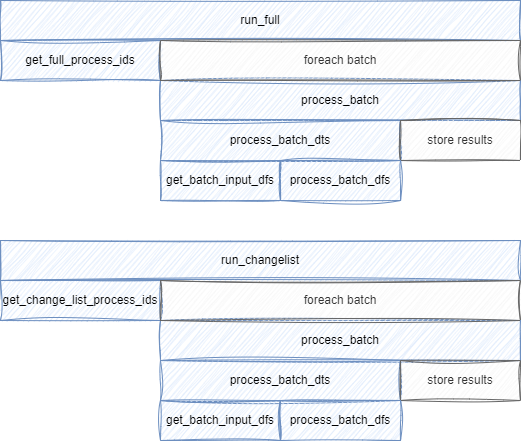
Before: docs/source/transformation-lifecycle.png, a diagram exported from draw.io (epoch8/datapipe). Source tidied: cells renumbered, new cells last; positions are measured from the earlier drawing's top-left corner, leaving out a move shared by most shapes. Its diagram source:
```xml
<mxGraphModel background="#ffffff">
  <root>
    <mxCell id="0" />
    <mxCell id="1" parent="0" />
    <mxCell id="2" value="run_full" style="rounded=0;whiteSpace=wrap;html=1;sketch=1;curveFitting=1;jiggle=2;fillColor=#dae8fc;strokeColor=#6c8ebf;" parent="1" vertex="1">
      <mxGeometry width="520" height="40" as="geometry" />
    </mxCell>
    <mxCell id="3" value="get_full_process_ids" style="rounded=0;whiteSpace=wrap;html=1;sketch=1;curveFitting=1;jiggle=2;fillColor=#dae8fc;strokeColor=#6c8ebf;" parent="1" vertex="1">
      <mxGeometry y="40" width="160" height="40" as="geometry" />
    </mxCell>
    <mxCell id="4" value="process_batch" style="rounded=0;whiteSpace=wrap;html=1;sketch=1;curveFitting=1;jiggle=2;fillColor=#dae8fc;strokeColor=#6c8ebf;" parent="1" vertex="1">
      <mxGeometry x="160" y="80" width="360" height="40" as="geometry" />
    </mxCell>
    <mxCell id="5" value="foreach batch" style="rounded=0;whiteSpace=wrap;html=1;sketch=1;curveFitting=1;jiggle=2;fillColor=#f5f5f5;strokeColor=#666666;fontColor=#333333;" parent="1" vertex="1">
      <mxGeometry x="160" y="40" width="360" height="40" as="geometry" />
    </mxCell>
    <mxCell id="6" value="process_batch_dts" style="rounded=0;whiteSpace=wrap;html=1;sketch=1;curveFitting=1;jiggle=2;fillColor=#dae8fc;strokeColor=#6c8ebf;" parent="1" vertex="1">
      <mxGeometry x="160" y="120" width="240" height="40" as="geometry" />
    </mxCell>
    <mxCell id="7" value="store results" style="rounded=0;whiteSpace=wrap;html=1;sketch=1;curveFitting=1;jiggle=2;fillColor=#f5f5f5;strokeColor=#666666;fontColor=#333333;" parent="1" vertex="1">
      <mxGeometry x="400" y="120" width="120" height="40" as="geometry" />
    </mxCell>
    <mxCell id="8" value="get_batch_input_dfs" style="rounded=0;whiteSpace=wrap;html=1;sketch=1;curveFitting=1;jiggle=2;fillColor=#dae8fc;strokeColor=#6c8ebf;" parent="1" vertex="1">
      <mxGeometry x="160" y="160" width="120" height="40" as="geometry" />
    </mxCell>
    <mxCell id="9" value="process_batch_dfs" style="rounded=0;whiteSpace=wrap;html=1;sketch=1;curveFitting=1;jiggle=2;fillColor=#dae8fc;strokeColor=#6c8ebf;" parent="1" vertex="1">
      <mxGeometry x="280" y="160" width="120" height="40" as="geometry" />
    </mxCell>
    <mxCell id="10" value="run_changelist" style="rounded=0;whiteSpace=wrap;html=1;sketch=1;curveFitting=1;jiggle=2;fillColor=#dae8fc;strokeColor=#6c8ebf;" parent="1" vertex="1">
      <mxGeometry y="240" width="520" height="40" as="geometry" />
    </mxCell>
    <mxCell id="11" value="get_change_list_process_ids" style="rounded=0;whiteSpace=wrap;html=1;sketch=1;curveFitting=1;jiggle=2;fillColor=#dae8fc;strokeColor=#6c8ebf;" parent="1" vertex="1">
      <mxGeometry y="280" width="160" height="40" as="geometry" />
    </mxCell>
    <mxCell id="12" value="process_batch" style="rounded=0;whiteSpace=wrap;html=1;sketch=1;curveFitting=1;jiggle=2;fillColor=#dae8fc;strokeColor=#6c8ebf;" parent="1" vertex="1">
      <mxGeometry x="160" y="320" width="360" height="40" as="geometry" />
    </mxCell>
    <mxCell id="13" value="foreach batch" style="rounded=0;whiteSpace=wrap;html=1;sketch=1;curveFitting=1;jiggle=2;fillColor=#f5f5f5;strokeColor=#666666;fontColor=#333333;" parent="1" vertex="1">
      <mxGeometry x="160" y="280" width="360" height="40" as="geometry" />
    </mxCell>
    <mxCell id="14" value="process_batch_dts" style="rounded=0;whiteSpace=wrap;html=1;sketch=1;curveFitting=1;jiggle=2;fillColor=#dae8fc;strokeColor=#6c8ebf;" parent="1" vertex="1">
      <mxGeometry x="160" y="360" width="240" height="40" as="geometry" />
    </mxCell>
    <mxCell id="15" value="store results" style="rounded=0;whiteSpace=wrap;html=1;sketch=1;curveFitting=1;jiggle=2;fillColor=#f5f5f5;strokeColor=#666666;fontColor=#333333;" parent="1" vertex="1">
      <mxGeometry x="400" y="360" width="120" height="40" as="geometry" />
    </mxCell>
    <mxCell id="16" value="get_batch_input_dfs" style="rounded=0;whiteSpace=wrap;html=1;sketch=1;curveFitting=1;jiggle=2;fillColor=#dae8fc;strokeColor=#6c8ebf;" parent="1" vertex="1">
      <mxGeometry x="160" y="400" width="120" height="40" as="geometry" />
    </mxCell>
    <mxCell id="17" value="process_batch_dfs" style="rounded=0;whiteSpace=wrap;html=1;sketch=1;curveFitting=1;jiggle=2;fillColor=#dae8fc;strokeColor=#6c8ebf;" parent="1" vertex="1">
      <mxGeometry x="280" y="400" width="120" height="40" as="geometry" />
    </mxCell>
  </root>
</mxGraphModel>
```
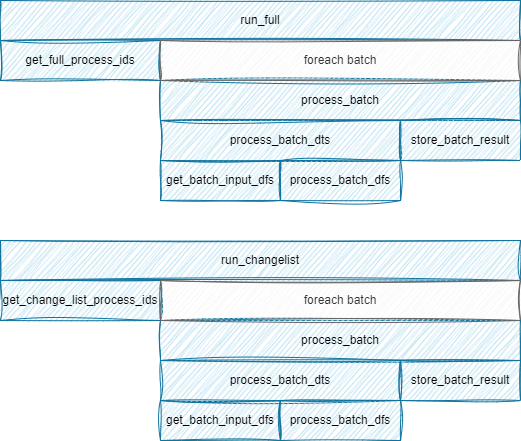
After the commit.

Diff of the diagram source:
```diff
@@ -2,53 +2,53 @@
   <root>
     <mxCell id="0" />
     <mxCell id="1" parent="0" />
-    <mxCell id="2" value="run_full" style="rounded=0;whiteSpace=wrap;html=1;sketch=1;curveFitting=1;jiggle=2;fillColor=#dae8fc;strokeColor=#6c8ebf;" parent="1" vertex="1">
+    <mxCell id="2" value="run_full" style="rounded=0;whiteSpace=wrap;html=1;fillColor=#b1ddf0;strokeColor=#10739e;strokeWidth=1;perimeterSpacing=0;glass=0;sketch=1;curveFitting=1;jiggle=2;shadow=0;" parent="1" vertex="1">
       <mxGeometry width="520" height="40" as="geometry" />
     </mxCell>
-    <mxCell id="3" value="get_full_process_ids" style="rounded=0;whiteSpace=wrap;html=1;sketch=1;curveFitting=1;jiggle=2;fillColor=#dae8fc;strokeColor=#6c8ebf;" parent="1" vertex="1">
+    <mxCell id="3" value="get_full_process_ids" style="rounded=0;whiteSpace=wrap;html=1;fillColor=#b1ddf0;strokeColor=#10739e;strokeWidth=1;perimeterSpacing=0;glass=0;sketch=1;curveFitting=1;jiggle=2;shadow=0;" parent="1" vertex="1">
       <mxGeometry y="40" width="160" height="40" as="geometry" />
     </mxCell>
-    <mxCell id="4" value="process_batch" style="rounded=0;whiteSpace=wrap;html=1;sketch=1;curveFitting=1;jiggle=2;fillColor=#dae8fc;strokeColor=#6c8ebf;" parent="1" vertex="1">
+    <mxCell id="4" value="process_batch" style="rounded=0;whiteSpace=wrap;html=1;fillColor=#b1ddf0;strokeColor=#10739e;strokeWidth=1;perimeterSpacing=0;glass=0;sketch=1;curveFitting=1;jiggle=2;shadow=0;" parent="1" vertex="1">
       <mxGeometry x="160" y="80" width="360" height="40" as="geometry" />
     </mxCell>
-    <mxCell id="5" value="foreach batch" style="rounded=0;whiteSpace=wrap;html=1;sketch=1;curveFitting=1;jiggle=2;fillColor=#f5f5f5;strokeColor=#666666;fontColor=#333333;" parent="1" vertex="1">
+    <mxCell id="5" value="foreach batch" style="rounded=0;whiteSpace=wrap;html=1;fillColor=#f5f5f5;strokeColor=#666666;fontColor=#333333;strokeWidth=1;perimeterSpacing=0;glass=0;sketch=1;curveFitting=1;jiggle=2;shadow=0;" parent="1" vertex="1">
       <mxGeometry x="160" y="40" width="360" height="40" as="geometry" />
     </mxCell>
-    <mxCell id="6" value="process_batch_dts" style="rounded=0;whiteSpace=wrap;html=1;sketch=1;curveFitting=1;jiggle=2;fillColor=#dae8fc;strokeColor=#6c8ebf;" parent="1" vertex="1">
+    <mxCell id="6" value="process_batch_dts" style="rounded=0;whiteSpace=wrap;html=1;fillColor=#b1ddf0;strokeColor=#10739e;strokeWidth=1;perimeterSpacing=0;glass=0;sketch=1;curveFitting=1;jiggle=2;shadow=0;" parent="1" vertex="1">
       <mxGeometry x="160" y="120" width="240" height="40" as="geometry" />
     </mxCell>
-    <mxCell id="7" value="store results" style="rounded=0;whiteSpace=wrap;html=1;sketch=1;curveFitting=1;jiggle=2;fillColor=#f5f5f5;strokeColor=#666666;fontColor=#333333;" parent="1" vertex="1">
+    <mxCell id="7" value="store_batch_result" style="rounded=0;whiteSpace=wrap;html=1;fillColor=#b1ddf0;strokeColor=#10739e;strokeWidth=1;perimeterSpacing=0;glass=0;sketch=1;curveFitting=1;jiggle=2;shadow=0;" parent="1" vertex="1">
       <mxGeometry x="400" y="120" width="120" height="40" as="geometry" />
     </mxCell>
-    <mxCell id="8" value="get_batch_input_dfs" style="rounded=0;whiteSpace=wrap;html=1;sketch=1;curveFitting=1;jiggle=2;fillColor=#dae8fc;strokeColor=#6c8ebf;" parent="1" vertex="1">
+    <mxCell id="8" value="get_batch_input_dfs" style="rounded=0;whiteSpace=wrap;html=1;fillColor=#b1ddf0;strokeColor=#10739e;strokeWidth=1;perimeterSpacing=0;glass=0;sketch=1;curveFitting=1;jiggle=2;shadow=0;" parent="1" vertex="1">
       <mxGeometry x="160" y="160" width="120" height="40" as="geometry" />
     </mxCell>
-    <mxCell id="9" value="process_batch_dfs" style="rounded=0;whiteSpace=wrap;html=1;sketch=1;curveFitting=1;jiggle=2;fillColor=#dae8fc;strokeColor=#6c8ebf;" parent="1" vertex="1">
+    <mxCell id="9" value="process_batch_dfs" style="rounded=0;whiteSpace=wrap;html=1;fillColor=#b1ddf0;strokeColor=#10739e;strokeWidth=1;perimeterSpacing=0;glass=0;sketch=1;curveFitting=1;jiggle=2;shadow=0;" parent="1" vertex="1">
       <mxGeometry x="280" y="160" width="120" height="40" as="geometry" />
     </mxCell>
-    <mxCell id="10" value="run_changelist" style="rounded=0;whiteSpace=wrap;html=1;sketch=1;curveFitting=1;jiggle=2;fillColor=#dae8fc;strokeColor=#6c8ebf;" parent="1" vertex="1">
+    <mxCell id="10" value="run_changelist" style="rounded=0;whiteSpace=wrap;html=1;fillColor=#b1ddf0;strokeColor=#10739e;strokeWidth=1;perimeterSpacing=0;glass=0;sketch=1;curveFitting=1;jiggle=2;shadow=0;" parent="1" vertex="1">
       <mxGeometry y="240" width="520" height="40" as="geometry" />
     </mxCell>
-    <mxCell id="11" value="get_change_list_process_ids" style="rounded=0;whiteSpace=wrap;html=1;sketch=1;curveFitting=1;jiggle=2;fillColor=#dae8fc;strokeColor=#6c8ebf;" parent="1" vertex="1">
+    <mxCell id="11" value="get_change_list_process_ids" style="rounded=0;whiteSpace=wrap;html=1;fillColor=#b1ddf0;strokeColor=#10739e;strokeWidth=1;perimeterSpacing=0;glass=0;sketch=1;curveFitting=1;jiggle=2;shadow=0;" parent="1" vertex="1">
       <mxGeometry y="280" width="160" height="40" as="geometry" />
     </mxCell>
-    <mxCell id="12" value="process_batch" style="rounded=0;whiteSpace=wrap;html=1;sketch=1;curveFitting=1;jiggle=2;fillColor=#dae8fc;strokeColor=#6c8ebf;" parent="1" vertex="1">
+    <mxCell id="12" value="process_batch" style="rounded=0;whiteSpace=wrap;html=1;fillColor=#b1ddf0;strokeColor=#10739e;strokeWidth=1;perimeterSpacing=0;glass=0;sketch=1;curveFitting=1;jiggle=2;shadow=0;" parent="1" vertex="1">
       <mxGeometry x="160" y="320" width="360" height="40" as="geometry" />
     </mxCell>
-    <mxCell id="13" value="foreach batch" style="rounded=0;whiteSpace=wrap;html=1;sketch=1;curveFitting=1;jiggle=2;fillColor=#f5f5f5;strokeColor=#666666;fontColor=#333333;" parent="1" vertex="1">
+    <mxCell id="13" value="foreach batch" style="rounded=0;whiteSpace=wrap;html=1;fillColor=#f5f5f5;strokeColor=#666666;fontColor=#333333;strokeWidth=1;perimeterSpacing=0;glass=0;sketch=1;curveFitting=1;jiggle=2;shadow=0;" parent="1" vertex="1">
       <mxGeometry x="160" y="280" width="360" height="40" as="geometry" />
     </mxCell>
-    <mxCell id="14" value="process_batch_dts" style="rounded=0;whiteSpace=wrap;html=1;sketch=1;curveFitting=1;jiggle=2;fillColor=#dae8fc;strokeColor=#6c8ebf;" parent="1" vertex="1">
+    <mxCell id="14" value="process_batch_dts" style="rounded=0;whiteSpace=wrap;html=1;fillColor=#b1ddf0;strokeColor=#10739e;strokeWidth=1;perimeterSpacing=0;glass=0;sketch=1;curveFitting=1;jiggle=2;shadow=0;" parent="1" vertex="1">
       <mxGeometry x="160" y="360" width="240" height="40" as="geometry" />
     </mxCell>
-    <mxCell id="15" value="store results" style="rounded=0;whiteSpace=wrap;html=1;sketch=1;curveFitting=1;jiggle=2;fillColor=#f5f5f5;strokeColor=#666666;fontColor=#333333;" parent="1" vertex="1">
-      <mxGeometry x="400" y="360" width="120" height="40" as="geometry" />
-    </mxCell>
-    <mxCell id="16" value="get_batch_input_dfs" style="rounded=0;whiteSpace=wrap;html=1;sketch=1;curveFitting=1;jiggle=2;fillColor=#dae8fc;strokeColor=#6c8ebf;" parent="1" vertex="1">
+    <mxCell id="16" value="get_batch_input_dfs" style="rounded=0;whiteSpace=wrap;html=1;fillColor=#b1ddf0;strokeColor=#10739e;strokeWidth=1;perimeterSpacing=0;glass=0;sketch=1;curveFitting=1;jiggle=2;shadow=0;" parent="1" vertex="1">
       <mxGeometry x="160" y="400" width="120" height="40" as="geometry" />
     </mxCell>
-    <mxCell id="17" value="process_batch_dfs" style="rounded=0;whiteSpace=wrap;html=1;sketch=1;curveFitting=1;jiggle=2;fillColor=#dae8fc;strokeColor=#6c8ebf;" parent="1" vertex="1">
+    <mxCell id="17" value="process_batch_dfs" style="rounded=0;whiteSpace=wrap;html=1;fillColor=#b1ddf0;strokeColor=#10739e;strokeWidth=1;perimeterSpacing=0;glass=0;sketch=1;curveFitting=1;jiggle=2;shadow=0;" parent="1" vertex="1">
       <mxGeometry x="280" y="400" width="120" height="40" as="geometry" />
     </mxCell>
+    <mxCell id="18" value="store_batch_result" style="rounded=0;whiteSpace=wrap;html=1;fillColor=#b1ddf0;strokeColor=#10739e;strokeWidth=1;perimeterSpacing=0;glass=0;sketch=1;curveFitting=1;jiggle=2;shadow=0;" parent="1" vertex="1">
+      <mxGeometry x="400" y="360" width="120" height="40" as="geometry" />
+    </mxCell>
   </root>
 </mxGraphModel>
```
